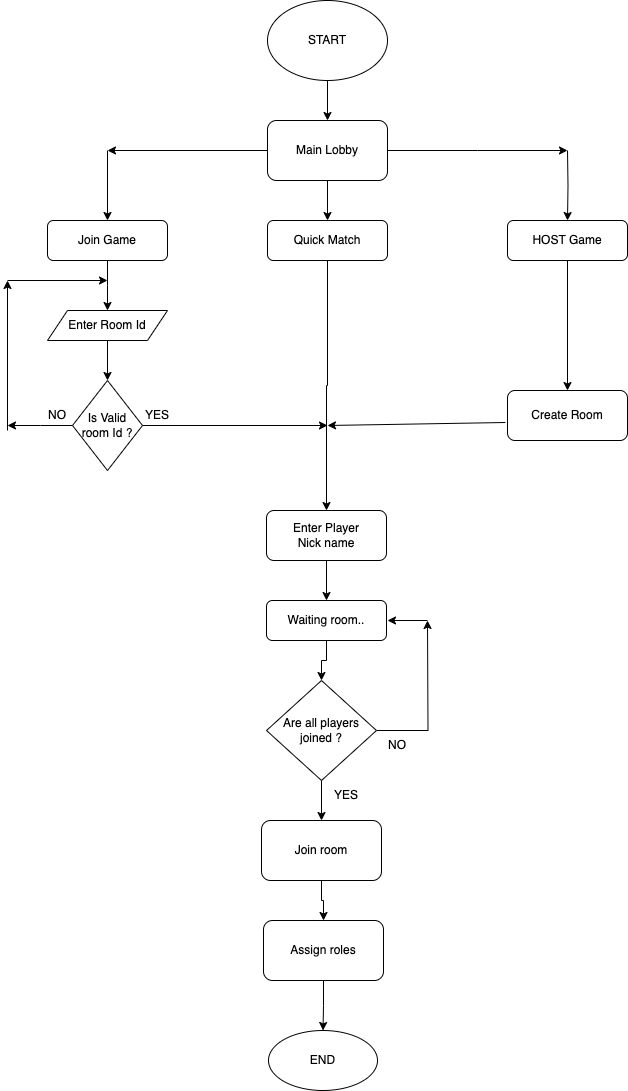
Earlier version of the draw.io export main-lobby.drawio.png (garimiddisuman/project). Source tidied: cells renumbered, new cells last; positions are measured from the earlier drawing's top-left corner, leaving out a move shared by most shapes.
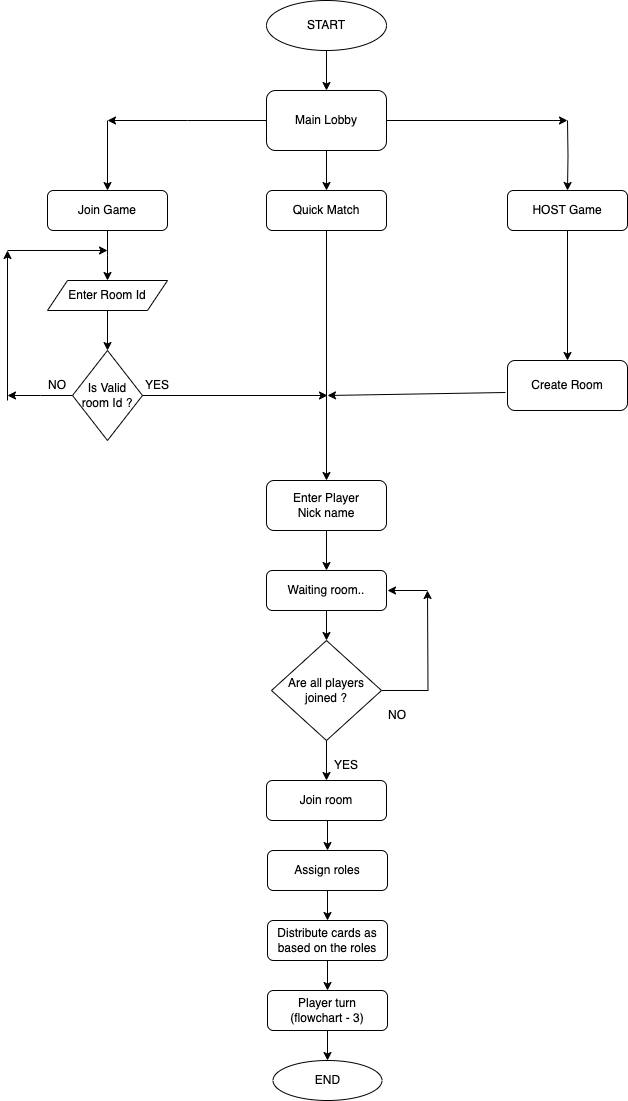
After the change.

Change to the diagram source:
```diff
@@ -6,7 +6,7 @@
       <mxGeometry relative="1" as="geometry" />
     </mxCell>
     <mxCell id="3" value="START" style="ellipse;whiteSpace=wrap;html=1;" parent="1" vertex="1">
-      <mxGeometry x="260" width="120" height="80" as="geometry" />
+      <mxGeometry x="259" y="30" width="120" height="50" as="geometry" />
     </mxCell>
     <mxCell id="4" style="edgeStyle=orthogonalEdgeStyle;rounded=0;jettySize=auto;html=1;exitX=0.5;exitY=1;exitDx=0;exitDy=0;entryX=0.5;entryY=0;entryDx=0;entryDy=0;" parent="1" edge="1" source="7" target="9">
       <mxGeometry relative="1" as="geometry" />
@@ -22,13 +22,13 @@
       </mxGeometry>
     </mxCell>
     <mxCell id="7" value="Main Lobby" style="rounded=1;whiteSpace=wrap;html=1;" parent="1" vertex="1">
-      <mxGeometry x="260" y="120" width="120" height="60" as="geometry" />
+      <mxGeometry x="259" y="120" width="120" height="60" as="geometry" />
     </mxCell>
     <mxCell id="8" style="edgeStyle=orthogonalEdgeStyle;rounded=0;jettySize=auto;html=1;entryX=0.5;entryY=0;entryDx=0;entryDy=0;" parent="1" edge="1" source="9" target="42">
       <mxGeometry relative="1" as="geometry" />
     </mxCell>
     <mxCell id="9" value="Quick Match" style="rounded=1;whiteSpace=wrap;html=1;" parent="1" vertex="1">
-      <mxGeometry x="260" y="220" width="120" height="40" as="geometry" />
+      <mxGeometry x="259" y="220" width="120" height="40" as="geometry" />
     </mxCell>
     <mxCell id="10" style="edgeStyle=orthogonalEdgeStyle;rounded=0;jettySize=auto;html=1;exitX=1;exitY=0.5;exitDx=0;exitDy=0;" parent="1" edge="1" source="12">
       <mxGeometry relative="1" as="geometry">
@@ -39,22 +39,22 @@
       <mxGeometry relative="1" as="geometry" />
     </mxCell>
     <mxCell id="12" value="Are all players joined ?" style="rhombus;whiteSpace=wrap;html=1;" parent="1" vertex="1">
-      <mxGeometry x="259" y="680" width="110" height="100" as="geometry" />
+      <mxGeometry x="264" y="670" width="110" height="100" as="geometry" />
     </mxCell>
     <mxCell id="13" style="edgeStyle=orthogonalEdgeStyle;rounded=0;jettySize=auto;html=1;exitX=0.5;exitY=1;exitDx=0;exitDy=0;entryX=0.5;entryY=0;entryDx=0;entryDy=0;" parent="1" edge="1" source="14" target="16">
       <mxGeometry relative="1" as="geometry" />
     </mxCell>
     <mxCell id="14" value="Join room" style="rounded=1;whiteSpace=wrap;html=1;" parent="1" vertex="1">
-      <mxGeometry x="254" y="820" width="120" height="60" as="geometry" />
+      <mxGeometry x="259" y="810" width="120" height="40" as="geometry" />
     </mxCell>
-    <mxCell id="15" style="edgeStyle=orthogonalEdgeStyle;rounded=0;jettySize=auto;html=1;exitX=0.5;exitY=1;exitDx=0;exitDy=0;entryX=0.5;entryY=0;entryDx=0;entryDy=0;" parent="1" edge="1" source="16" target="17">
-      <mxGeometry relative="1" as="geometry" />
-    </mxCell>
+    <mxCell id="43" style="edgeStyle=orthogonalEdgeStyle;rounded=0;jettySize=auto;html=1;" parent="1" edge="1" source="16" target="45">
+      <mxGeometry relative="1" as="geometry" />
+    </mxCell>
     <mxCell id="16" value="Assign roles" style="rounded=1;whiteSpace=wrap;html=1;" parent="1" vertex="1">
-      <mxGeometry x="256" y="920" width="120" height="60" as="geometry" />
+      <mxGeometry x="260" y="880" width="120" height="40" as="geometry" />
     </mxCell>
     <mxCell id="17" value="END" style="ellipse;whiteSpace=wrap;html=1;" parent="1" vertex="1">
-      <mxGeometry x="261" y="1030" width="109" height="60" as="geometry" />
+      <mxGeometry x="265.5" y="1090" width="109" height="40" as="geometry" />
     </mxCell>
     <mxCell id="18" style="edgeStyle=orthogonalEdgeStyle;rounded=0;jettySize=auto;html=1;entryX=0.5;entryY=0;entryDx=0;entryDy=0;" parent="1" edge="1" target="21">
       <mxGeometry relative="1" as="geometry">
@@ -152,5 +152,17 @@
     <mxCell id="42" value="Enter Player&lt;div&gt;Nick name&lt;/div&gt;" style="rounded=1;whiteSpace=wrap;html=1;" parent="1" vertex="1">
       <mxGeometry x="259" y="510" width="120" height="50" as="geometry" />
     </mxCell>
+    <mxCell id="44" style="edgeStyle=orthogonalEdgeStyle;rounded=0;jettySize=auto;html=1;" parent="1" edge="1" source="45" target="47">
+      <mxGeometry relative="1" as="geometry" />
+    </mxCell>
+    <mxCell id="45" value="Distribute cards as based on the roles" style="rounded=1;whiteSpace=wrap;html=1;" parent="1" vertex="1">
+      <mxGeometry x="260" y="950" width="120" height="40" as="geometry" />
+    </mxCell>
+    <mxCell id="46" style="edgeStyle=orthogonalEdgeStyle;rounded=0;jettySize=auto;html=1;" parent="1" edge="1" source="47" target="17">
+      <mxGeometry relative="1" as="geometry" />
+    </mxCell>
+    <mxCell id="47" value="Player turn&lt;div&gt;(flowchart - 3)&lt;/div&gt;" style="rounded=1;whiteSpace=wrap;html=1;" parent="1" vertex="1">
+      <mxGeometry x="260" y="1020" width="120" height="40" as="geometry" />
+    </mxCell>
   </root>
 </mxGraphModel>
```
